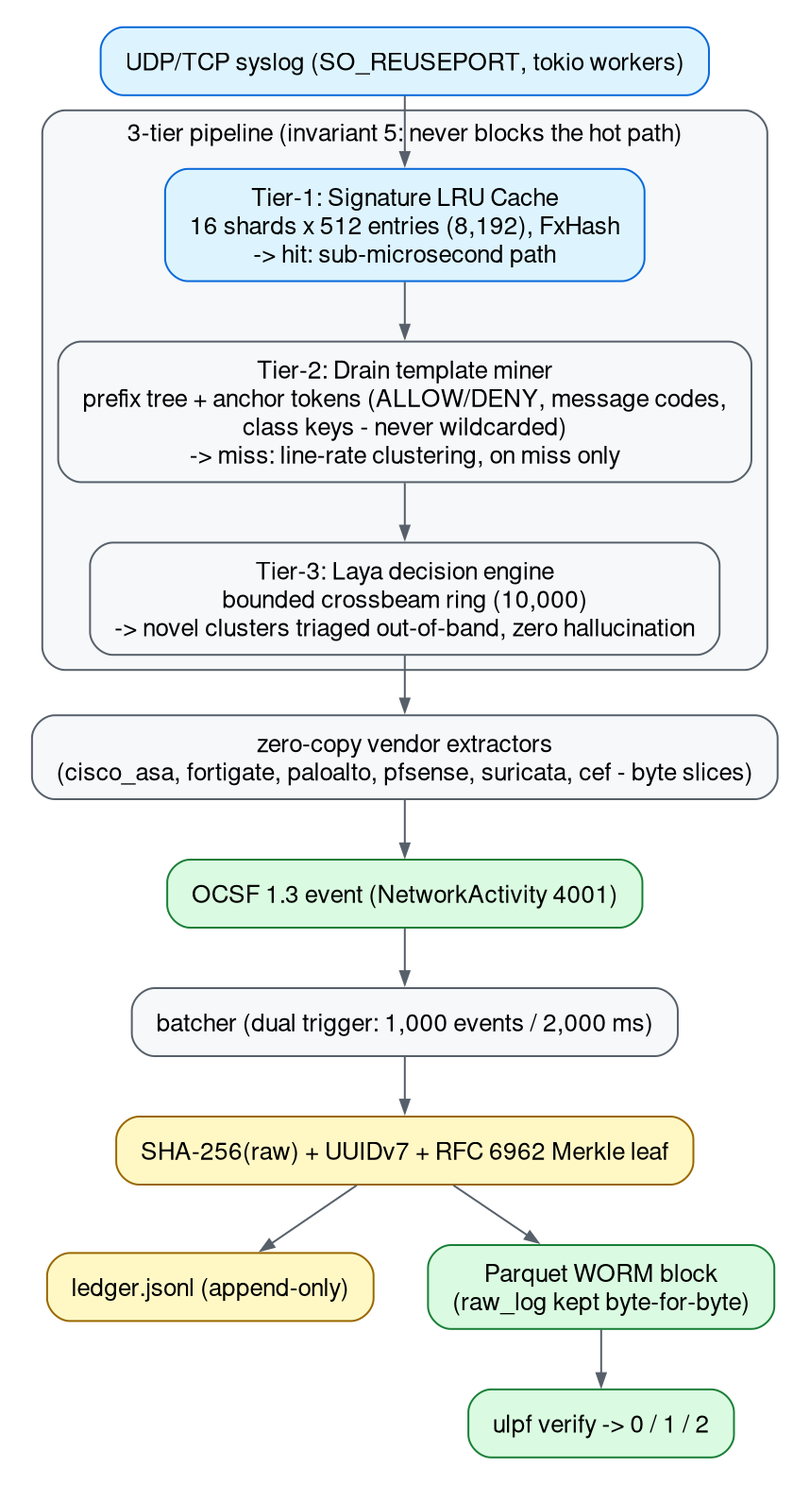
The Graphviz diagram docs/diagrams/three-tier-pipeline.png in animishraa05/layaRustparser, before a commit. Its source is kept beside it as docs/diagrams/three-tier-pipeline.dot. Its diagram source:
```dot
digraph three_tier {
  graph [rankdir=TB, bgcolor="white", pad="0.2", nodesep="0.4", ranksep="0.45", fontname="Helvetica"];
  node [shape="box", style="filled,rounded", fillcolor="#f6f8fa", color="#57606a", fontname="Helvetica", fontsize="13", margin="0.18,0.10"];
  edge [color="#57606a", fontname="Helvetica", fontsize="11", arrowsize="0.7"];

  input [label="UDP/TCP syslog (SO_REUSEPORT, tokio workers)", fillcolor="#ddf4ff", color="#0969da"];

  subgraph cluster_tiers {
    label="3-tier pipeline (invariant 5: never blocks the hot path)";
    labelloc="t"; style="rounded,filled"; fillcolor="#f6f8fa"; color="#57606a"; fontsize="13";
    t1 [label="Tier-1: Signature LRU Cache\n16 shards x 512 entries (8,192), FxHash\n-> hit: sub-microsecond path", fillcolor="#ddf4ff", color="#0969da"];
    t2 [label="Tier-2: Drain template miner\nprefix tree + anchor tokens (ALLOW/DENY, message codes,\nclass keys - never wildcarded)\n-> miss: line-rate clustering, on miss only"];
    t3 [label="Tier-3: Laya decision engine\nbounded crossbeam ring (10,000)\n-> novel clusters triaged out-of-band, zero hallucination"];
    t1 -> t2 -> t3;
  }

  extract [label="zero-copy vendor extractors\n(cisco_asa, fortigate, paloalto, pfsense, suricata, cef - byte slices)"];
  ocsf    [label="OCSF 1.3 event (NetworkActivity 4001)", fillcolor="#dafbe1", color="#1a7f37"];
  batch   [label="batcher (dual trigger: 1,000 events / 2,000 ms)"];
  leaf    [label="SHA-256(raw) + UUIDv7 + RFC 6962 Merkle leaf", fillcolor="#fff8c5", color="#9a6700"];
  ledger  [label="ledger.jsonl (append-only)", fillcolor="#fff8c5", color="#9a6700"];
  worm    [label="Parquet WORM block\n(raw_log kept byte-for-byte)", fillcolor="#dafbe1", color="#1a7f37"];
  verify  [label="ulpf verify -> 0 / 1 / 2", fillcolor="#dafbe1", color="#1a7f37"];

  input -> t1;
  t3 -> extract;
  extract -> ocsf -> batch -> leaf;
  leaf -> ledger;
  leaf -> worm -> verify;
}
```
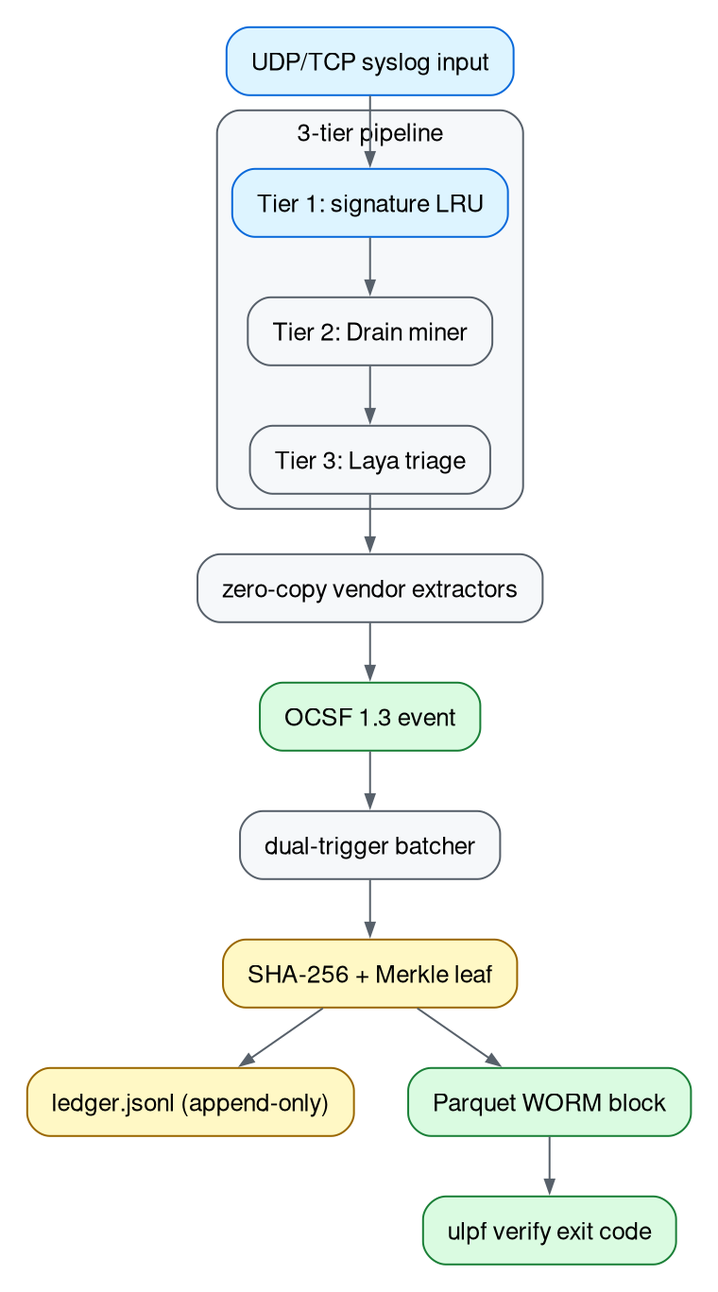
The same file after the commit.

The edit, as a diff of the source:
```diff
@@ -3,24 +3,24 @@
   node [shape="box", style="filled,rounded", fillcolor="#f6f8fa", color="#57606a", fontname="Helvetica", fontsize="13", margin="0.18,0.10"];
   edge [color="#57606a", fontname="Helvetica", fontsize="11", arrowsize="0.7"];
 
-  input [label="UDP/TCP syslog (SO_REUSEPORT, tokio workers)", fillcolor="#ddf4ff", color="#0969da"];
+  input [label="UDP/TCP syslog input", fillcolor="#ddf4ff", color="#0969da"];
 
   subgraph cluster_tiers {
-    label="3-tier pipeline (invariant 5: never blocks the hot path)";
+    label="3-tier pipeline";
     labelloc="t"; style="rounded,filled"; fillcolor="#f6f8fa"; color="#57606a"; fontsize="13";
-    t1 [label="Tier-1: Signature LRU Cache\n16 shards x 512 entries (8,192), FxHash\n-> hit: sub-microsecond path", fillcolor="#ddf4ff", color="#0969da"];
-    t2 [label="Tier-2: Drain template miner\nprefix tree + anchor tokens (ALLOW/DENY, message codes,\nclass keys - never wildcarded)\n-> miss: line-rate clustering, on miss only"];
-    t3 [label="Tier-3: Laya decision engine\nbounded crossbeam ring (10,000)\n-> novel clusters triaged out-of-band, zero hallucination"];
+    t1 [label="Tier 1: signature LRU", fillcolor="#ddf4ff", color="#0969da"];
+    t2 [label="Tier 2: Drain miner"];
+    t3 [label="Tier 3: Laya triage"];
     t1 -> t2 -> t3;
   }
 
-  extract [label="zero-copy vendor extractors\n(cisco_asa, fortigate, paloalto, pfsense, suricata, cef - byte slices)"];
-  ocsf    [label="OCSF 1.3 event (NetworkActivity 4001)", fillcolor="#dafbe1", color="#1a7f37"];
-  batch   [label="batcher (dual trigger: 1,000 events / 2,000 ms)"];
-  leaf    [label="SHA-256(raw) + UUIDv7 + RFC 6962 Merkle leaf", fillcolor="#fff8c5", color="#9a6700"];
+  extract [label="zero-copy vendor extractors"];
+  ocsf    [label="OCSF 1.3 event", fillcolor="#dafbe1", color="#1a7f37"];
+  batch   [label="dual-trigger batcher"];
+  leaf    [label="SHA-256 + Merkle leaf", fillcolor="#fff8c5", color="#9a6700"];
   ledger  [label="ledger.jsonl (append-only)", fillcolor="#fff8c5", color="#9a6700"];
-  worm    [label="Parquet WORM block\n(raw_log kept byte-for-byte)", fillcolor="#dafbe1", color="#1a7f37"];
-  verify  [label="ulpf verify -> 0 / 1 / 2", fillcolor="#dafbe1", color="#1a7f37"];
+  worm    [label="Parquet WORM block", fillcolor="#dafbe1", color="#1a7f37"];
+  verify  [label="ulpf verify exit code", fillcolor="#dafbe1", color="#1a7f37"];
 
   input -> t1;
   t3 -> extract;
```
